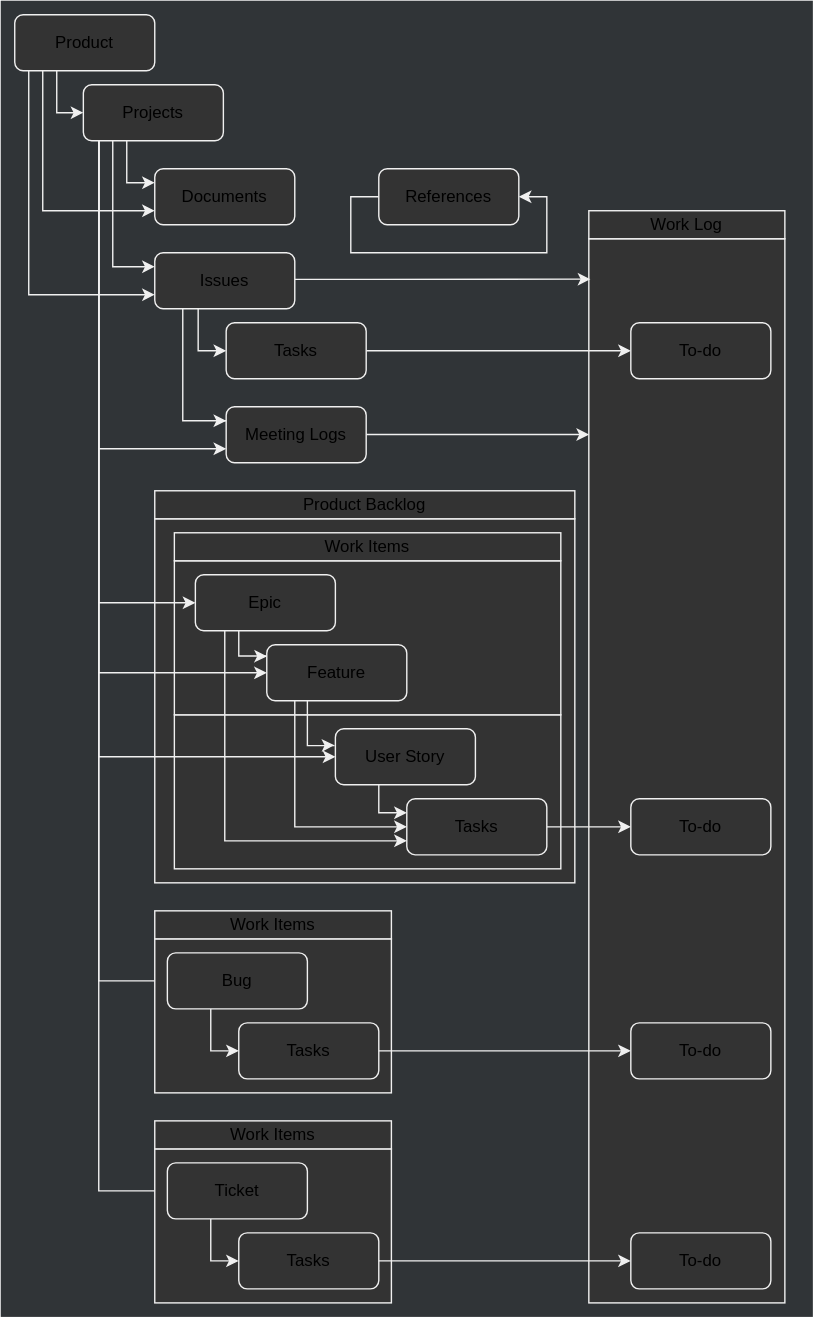
Above: assets/.draw.io/references/notion-usages.svg in jiholee-ntwglobal/jiholee-ntwglobal.github.io (draw.io), before the change. Source tidied: cells renumbered, new cells last; positions are measured from the earlier drawing's top-left corner, leaving out a move shared by most shapes.
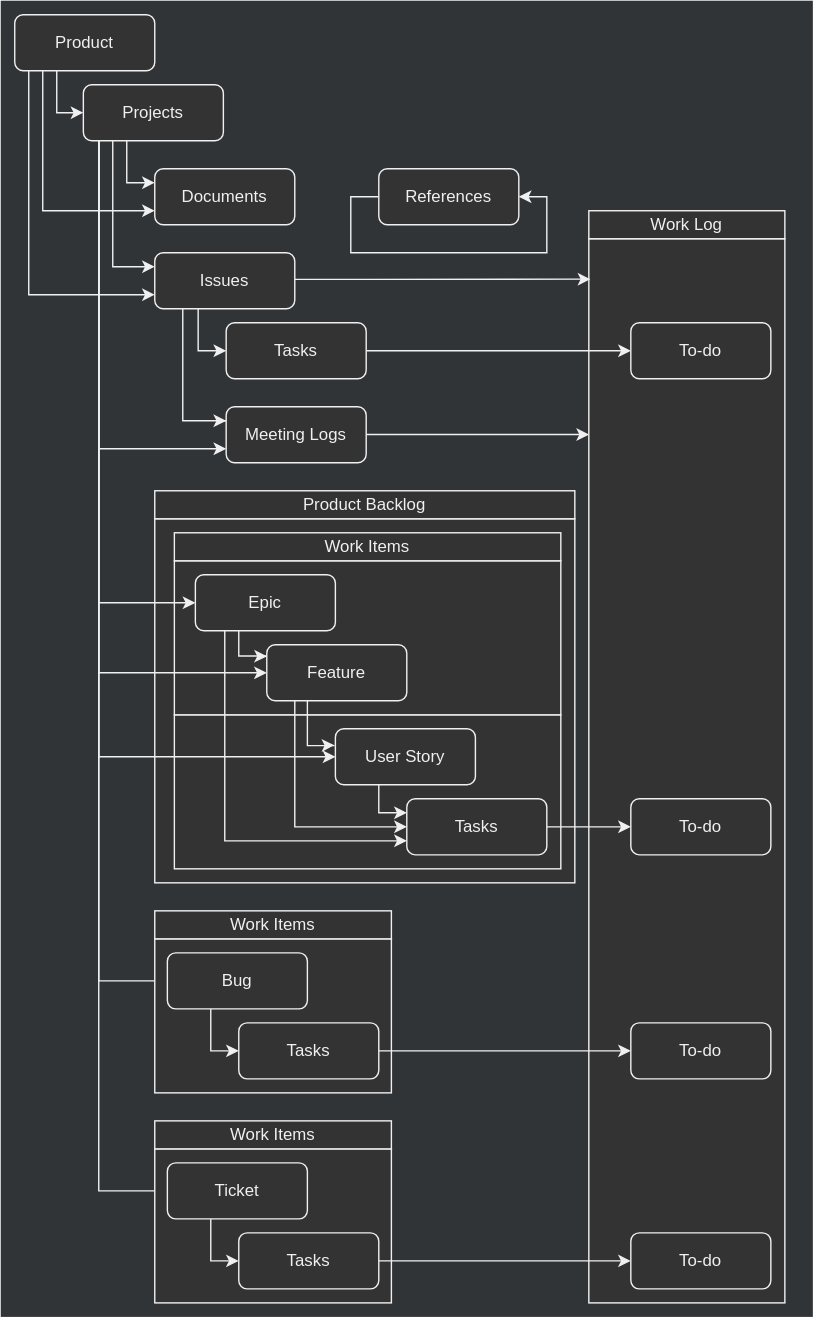
The same file after the commit.

What changed in the source:
```diff
@@ -14,10 +14,10 @@
     <mxCell id="5" style="rounded=0;whiteSpace=wrap;html=1;strokeColor=#F0F0F0;fillColor=#333333;" parent="1" vertex="1">
       <mxGeometry x="420" y="170" width="140" height="760" as="geometry" />
     </mxCell>
-    <mxCell id="6" value="Work Log" style="rounded=0;whiteSpace=wrap;html=1;strokeColor=#F0F0F0;fillColor=#333333;" parent="1" vertex="1">
+    <mxCell id="6" value="Work Log" style="rounded=0;whiteSpace=wrap;html=1;strokeColor=#F0F0F0;fillColor=#333333;fontColor=#F0F0F0;" parent="1" vertex="1">
       <mxGeometry x="420" y="150" width="140" height="20" as="geometry" />
     </mxCell>
-    <mxCell id="7" value="Product Backlog" style="rounded=0;whiteSpace=wrap;html=1;strokeColor=#F0F0F0;fillColor=#333333;" parent="1" vertex="1">
+    <mxCell id="7" value="Product Backlog" style="rounded=0;whiteSpace=wrap;html=1;strokeColor=#F0F0F0;fillColor=#333333;fontColor=#F0F0F0;" parent="1" vertex="1">
       <mxGeometry x="110" y="350" width="300" height="20" as="geometry" />
     </mxCell>
     <mxCell id="8" style="rounded=0;whiteSpace=wrap;html=1;strokeColor=#F0F0F0;fillColor=#333333;" parent="1" vertex="1">
@@ -44,7 +44,7 @@
         </Array>
       </mxGeometry>
     </mxCell>
-    <mxCell id="12" value="Product" style="rounded=1;whiteSpace=wrap;html=1;fontSize=12;glass=0;strokeWidth=1;shadow=0;strokeColor=#F0F0F0;fillColor=#333333;" parent="1" vertex="1">
+    <mxCell id="12" value="Product" style="rounded=1;whiteSpace=wrap;html=1;fontSize=12;glass=0;strokeWidth=1;shadow=0;strokeColor=#F0F0F0;fillColor=#333333;fontColor=#F0F0F0;" parent="1" vertex="1">
       <mxGeometry x="10" y="10" width="100" height="40" as="geometry" />
     </mxCell>
     <mxCell id="13" style="edgeStyle=orthogonalEdgeStyle;rounded=0;jettySize=auto;html=1;strokeColor=#F0F0F0;" parent="1" edge="1" source="21">
@@ -104,13 +104,13 @@
         </Array>
       </mxGeometry>
     </mxCell>
-    <mxCell id="21" value="Projects" style="rounded=1;whiteSpace=wrap;html=1;fontSize=12;glass=0;strokeWidth=1;shadow=0;strokeColor=#F0F0F0;fillColor=#333333;" parent="1" vertex="1">
+    <mxCell id="21" value="Projects" style="rounded=1;whiteSpace=wrap;html=1;fontSize=12;glass=0;strokeWidth=1;shadow=0;strokeColor=#F0F0F0;fillColor=#333333;fontColor=#F0F0F0;" parent="1" vertex="1">
       <mxGeometry x="59" y="60" width="100" height="40" as="geometry" />
     </mxCell>
     <mxCell id="22" style="edgeStyle=orthogonalEdgeStyle;rounded=0;jettySize=auto;html=1;entryX=0;entryY=0.5;entryDx=0;entryDy=0;strokeColor=#F0F0F0;" parent="1" edge="1" source="23" target="46">
       <mxGeometry relative="1" as="geometry" />
     </mxCell>
-    <mxCell id="23" value="Tasks" style="rounded=1;whiteSpace=wrap;html=1;fontSize=12;glass=0;strokeWidth=1;shadow=0;strokeColor=#F0F0F0;fillColor=#333333;" parent="1" vertex="1">
+    <mxCell id="23" value="Tasks" style="rounded=1;whiteSpace=wrap;html=1;fontSize=12;glass=0;strokeWidth=1;shadow=0;strokeColor=#F0F0F0;fillColor=#333333;fontColor=#F0F0F0;" parent="1" vertex="1">
       <mxGeometry x="290" y="570" width="100" height="40" as="geometry" />
     </mxCell>
     <mxCell id="24" style="edgeStyle=orthogonalEdgeStyle;rounded=0;jettySize=auto;html=1;entryX=0;entryY=0.25;entryDx=0;entryDy=0;strokeColor=#F0F0F0;" parent="1" edge="1" source="25" target="23">
@@ -120,10 +120,10 @@
         </Array>
       </mxGeometry>
     </mxCell>
-    <mxCell id="25" value="User Story" style="rounded=1;whiteSpace=wrap;html=1;fontSize=12;glass=0;strokeWidth=1;shadow=0;strokeColor=#F0F0F0;fillColor=#333333;" parent="1" vertex="1">
+    <mxCell id="25" value="User Story" style="rounded=1;whiteSpace=wrap;html=1;fontSize=12;glass=0;strokeWidth=1;shadow=0;strokeColor=#F0F0F0;fillColor=#333333;fontColor=#F0F0F0;" parent="1" vertex="1">
       <mxGeometry x="239" y="520" width="100" height="40" as="geometry" />
     </mxCell>
-    <mxCell id="26" value="Work Items" style="rounded=0;whiteSpace=wrap;html=1;strokeColor=#F0F0F0;fillColor=#333333;" parent="1" vertex="1">
+    <mxCell id="26" value="Work Items" style="rounded=0;whiteSpace=wrap;html=1;strokeColor=#F0F0F0;fillColor=#333333;fontColor=#F0F0F0;" parent="1" vertex="1">
       <mxGeometry x="124" y="380" width="276" height="20" as="geometry" />
     </mxCell>
     <mxCell id="27" style="edgeStyle=orthogonalEdgeStyle;rounded=0;jettySize=auto;html=1;entryX=0.001;entryY=0.206;entryDx=0;entryDy=0;entryPerimeter=0;strokeColor=#F0F0F0;" parent="1" edge="1" source="29" target="32">
@@ -142,7 +142,7 @@
         </Array>
       </mxGeometry>
     </mxCell>
-    <mxCell id="29" value="Epic" style="rounded=1;whiteSpace=wrap;html=1;fontSize=12;glass=0;strokeWidth=1;shadow=0;strokeColor=#F0F0F0;fillColor=#333333;" parent="1" vertex="1">
+    <mxCell id="29" value="Epic" style="rounded=1;whiteSpace=wrap;html=1;fontSize=12;glass=0;strokeWidth=1;shadow=0;strokeColor=#F0F0F0;fillColor=#333333;fontColor=#F0F0F0;" parent="1" vertex="1">
       <mxGeometry x="139" y="410" width="100" height="40" as="geometry" />
     </mxCell>
     <mxCell id="30" style="edgeStyle=orthogonalEdgeStyle;rounded=0;jettySize=auto;html=1;entryX=-0.007;entryY=0.293;entryDx=0;entryDy=0;entryPerimeter=0;strokeColor=#F0F0F0;" parent="1" edge="1" source="32" target="25">
@@ -160,19 +160,19 @@
         </Array>
       </mxGeometry>
     </mxCell>
-    <mxCell id="32" value="Feature" style="rounded=1;whiteSpace=wrap;html=1;fontSize=12;glass=0;strokeWidth=1;shadow=0;strokeColor=#F0F0F0;fillColor=#333333;" parent="1" vertex="1">
+    <mxCell id="32" value="Feature" style="rounded=1;whiteSpace=wrap;html=1;fontSize=12;glass=0;strokeWidth=1;shadow=0;strokeColor=#F0F0F0;fillColor=#333333;fontColor=#F0F0F0;" parent="1" vertex="1">
       <mxGeometry x="190" y="460" width="100" height="40" as="geometry" />
     </mxCell>
     <mxCell id="33" style="rounded=0;whiteSpace=wrap;html=1;strokeColor=#F0F0F0;fillColor=#333333;" parent="1" vertex="1">
       <mxGeometry x="110" y="670" width="169" height="110" as="geometry" />
     </mxCell>
-    <mxCell id="34" value="Work Items" style="rounded=0;whiteSpace=wrap;html=1;strokeColor=#F0F0F0;fillColor=#333333;" parent="1" vertex="1">
+    <mxCell id="34" value="Work Items" style="rounded=0;whiteSpace=wrap;html=1;strokeColor=#F0F0F0;fillColor=#333333;fontColor=#F0F0F0;" parent="1" vertex="1">
       <mxGeometry x="110" y="650" width="169" height="20" as="geometry" />
     </mxCell>
     <mxCell id="35" style="edgeStyle=orthogonalEdgeStyle;rounded=0;jettySize=auto;html=1;strokeColor=#F0F0F0;" parent="1" edge="1" source="36" target="47">
       <mxGeometry relative="1" as="geometry" />
     </mxCell>
-    <mxCell id="36" value="Tasks" style="rounded=1;whiteSpace=wrap;html=1;fontSize=12;glass=0;strokeWidth=1;shadow=0;strokeColor=#F0F0F0;fillColor=#333333;" parent="1" vertex="1">
+    <mxCell id="36" value="Tasks" style="rounded=1;whiteSpace=wrap;html=1;fontSize=12;glass=0;strokeWidth=1;shadow=0;strokeColor=#F0F0F0;fillColor=#333333;fontColor=#F0F0F0;" parent="1" vertex="1">
       <mxGeometry x="170" y="730" width="100" height="40" as="geometry" />
     </mxCell>
     <mxCell id="37" style="edgeStyle=orthogonalEdgeStyle;rounded=0;jettySize=auto;html=1;entryX=0;entryY=0.5;entryDx=0;entryDy=0;strokeColor=#F0F0F0;" parent="1" edge="1" source="38" target="36">
@@ -182,19 +182,19 @@
         </Array>
       </mxGeometry>
     </mxCell>
-    <mxCell id="38" value="Bug" style="rounded=1;whiteSpace=wrap;html=1;fontSize=12;glass=0;strokeWidth=1;shadow=0;strokeColor=#F0F0F0;fillColor=#333333;" parent="1" vertex="1">
+    <mxCell id="38" value="Bug" style="rounded=1;whiteSpace=wrap;html=1;fontSize=12;glass=0;strokeWidth=1;shadow=0;strokeColor=#F0F0F0;fillColor=#333333;fontColor=#F0F0F0;" parent="1" vertex="1">
       <mxGeometry x="119" y="680" width="100" height="40" as="geometry" />
     </mxCell>
     <mxCell id="39" style="rounded=0;whiteSpace=wrap;html=1;strokeColor=#F0F0F0;fillColor=#333333;" parent="1" vertex="1">
       <mxGeometry x="110" y="820" width="169" height="110" as="geometry" />
     </mxCell>
-    <mxCell id="40" value="Work Items" style="rounded=0;whiteSpace=wrap;html=1;strokeColor=#F0F0F0;fillColor=#333333;" parent="1" vertex="1">
+    <mxCell id="40" value="Work Items" style="rounded=0;whiteSpace=wrap;html=1;strokeColor=#F0F0F0;fillColor=#333333;fontColor=#F0F0F0;" parent="1" vertex="1">
       <mxGeometry x="110" y="800" width="169" height="20" as="geometry" />
     </mxCell>
     <mxCell id="41" style="edgeStyle=orthogonalEdgeStyle;rounded=0;jettySize=auto;html=1;strokeColor=#F0F0F0;" parent="1" edge="1" source="42" target="48">
       <mxGeometry relative="1" as="geometry" />
     </mxCell>
-    <mxCell id="42" value="Tasks" style="rounded=1;whiteSpace=wrap;html=1;fontSize=12;glass=0;strokeWidth=1;shadow=0;strokeColor=#F0F0F0;fillColor=#333333;" parent="1" vertex="1">
+    <mxCell id="42" value="Tasks" style="rounded=1;whiteSpace=wrap;html=1;fontSize=12;glass=0;strokeWidth=1;shadow=0;strokeColor=#F0F0F0;fillColor=#333333;fontColor=#F0F0F0;" parent="1" vertex="1">
       <mxGeometry x="170" y="880" width="100" height="40" as="geometry" />
     </mxCell>
     <mxCell id="43" style="edgeStyle=orthogonalEdgeStyle;rounded=0;jettySize=auto;html=1;entryX=0;entryY=0.5;entryDx=0;entryDy=0;strokeColor=#F0F0F0;" parent="1" edge="1" source="44" target="42">
@@ -204,25 +204,25 @@
         </Array>
       </mxGeometry>
     </mxCell>
-    <mxCell id="44" value="Ticket" style="rounded=1;whiteSpace=wrap;html=1;fontSize=12;glass=0;strokeWidth=1;shadow=0;strokeColor=#F0F0F0;fillColor=#333333;" parent="1" vertex="1">
+    <mxCell id="44" value="Ticket" style="rounded=1;whiteSpace=wrap;html=1;fontSize=12;glass=0;strokeWidth=1;shadow=0;strokeColor=#F0F0F0;fillColor=#333333;fontColor=#F0F0F0;" parent="1" vertex="1">
       <mxGeometry x="119" y="830" width="100" height="40" as="geometry" />
     </mxCell>
-    <mxCell id="45" value="Documents" style="rounded=1;whiteSpace=wrap;html=1;fontSize=12;glass=0;strokeWidth=1;shadow=0;strokeColor=#F0F0F0;fillColor=#333333;" parent="1" vertex="1">
+    <mxCell id="45" value="Documents" style="rounded=1;whiteSpace=wrap;html=1;fontSize=12;glass=0;strokeWidth=1;shadow=0;strokeColor=#F0F0F0;fillColor=#333333;fontColor=#F0F0F0;" parent="1" vertex="1">
       <mxGeometry x="110" y="120" width="100" height="40" as="geometry" />
     </mxCell>
-    <mxCell id="46" value="To-do" style="rounded=1;whiteSpace=wrap;html=1;fontSize=12;glass=0;strokeWidth=1;shadow=0;strokeColor=#F0F0F0;fillColor=#333333;" parent="1" vertex="1">
+    <mxCell id="46" value="To-do" style="rounded=1;whiteSpace=wrap;html=1;fontSize=12;glass=0;strokeWidth=1;shadow=0;strokeColor=#F0F0F0;fillColor=#333333;fontColor=#F0F0F0;" parent="1" vertex="1">
       <mxGeometry x="450" y="570" width="100" height="40" as="geometry" />
     </mxCell>
-    <mxCell id="47" value="To-do" style="rounded=1;whiteSpace=wrap;html=1;fontSize=12;glass=0;strokeWidth=1;shadow=0;strokeColor=#F0F0F0;fillColor=#333333;" parent="1" vertex="1">
+    <mxCell id="47" value="To-do" style="rounded=1;whiteSpace=wrap;html=1;fontSize=12;glass=0;strokeWidth=1;shadow=0;strokeColor=#F0F0F0;fillColor=#333333;fontColor=#F0F0F0;" parent="1" vertex="1">
       <mxGeometry x="450" y="730" width="100" height="40" as="geometry" />
     </mxCell>
-    <mxCell id="48" value="To-do" style="rounded=1;whiteSpace=wrap;html=1;fontSize=12;glass=0;strokeWidth=1;shadow=0;strokeColor=#F0F0F0;fillColor=#333333;" parent="1" vertex="1">
+    <mxCell id="48" value="To-do" style="rounded=1;whiteSpace=wrap;html=1;fontSize=12;glass=0;strokeWidth=1;shadow=0;strokeColor=#F0F0F0;fillColor=#333333;fontColor=#F0F0F0;" parent="1" vertex="1">
       <mxGeometry x="450" y="880" width="100" height="40" as="geometry" />
     </mxCell>
     <mxCell id="49" style="edgeStyle=orthogonalEdgeStyle;rounded=0;jettySize=auto;html=1;strokeColor=#F0F0F0;" parent="1" edge="1" source="50" target="54">
       <mxGeometry relative="1" as="geometry" />
     </mxCell>
-    <mxCell id="50" value="Tasks" style="rounded=1;whiteSpace=wrap;html=1;fontSize=12;glass=0;strokeWidth=1;shadow=0;strokeColor=#F0F0F0;fillColor=#333333;" parent="1" vertex="1">
+    <mxCell id="50" value="Tasks" style="rounded=1;whiteSpace=wrap;html=1;fontSize=12;glass=0;strokeWidth=1;shadow=0;strokeColor=#F0F0F0;fillColor=#333333;fontColor=#F0F0F0;" parent="1" vertex="1">
       <mxGeometry x="161" y="230" width="100" height="40" as="geometry" />
     </mxCell>
     <mxCell id="51" style="edgeStyle=orthogonalEdgeStyle;rounded=0;jettySize=auto;html=1;entryX=0;entryY=0.5;entryDx=0;entryDy=0;strokeColor=#F0F0F0;" parent="1" edge="1" source="53" target="50">
@@ -240,13 +240,13 @@
         </Array>
       </mxGeometry>
     </mxCell>
-    <mxCell id="53" value="Issues" style="rounded=1;whiteSpace=wrap;html=1;fontSize=12;glass=0;strokeWidth=1;shadow=0;strokeColor=#F0F0F0;fillColor=#333333;" parent="1" vertex="1">
+    <mxCell id="53" value="Issues" style="rounded=1;whiteSpace=wrap;html=1;fontSize=12;glass=0;strokeWidth=1;shadow=0;strokeColor=#F0F0F0;fillColor=#333333;fontColor=#F0F0F0;" parent="1" vertex="1">
       <mxGeometry x="110" y="180" width="100" height="40" as="geometry" />
     </mxCell>
-    <mxCell id="54" value="To-do" style="rounded=1;whiteSpace=wrap;html=1;fontSize=12;glass=0;strokeWidth=1;shadow=0;strokeColor=#F0F0F0;fillColor=#333333;" parent="1" vertex="1">
+    <mxCell id="54" value="To-do" style="rounded=1;whiteSpace=wrap;html=1;fontSize=12;glass=0;strokeWidth=1;shadow=0;strokeColor=#F0F0F0;fillColor=#333333;fontColor=#F0F0F0;" parent="1" vertex="1">
       <mxGeometry x="450" y="230" width="100" height="40" as="geometry" />
     </mxCell>
-    <mxCell id="55" value="References" style="rounded=1;whiteSpace=wrap;html=1;fontSize=12;glass=0;strokeWidth=1;shadow=0;strokeColor=#F0F0F0;fillColor=#333333;" parent="1" vertex="1">
+    <mxCell id="55" value="References" style="rounded=1;whiteSpace=wrap;html=1;fontSize=12;glass=0;strokeWidth=1;shadow=0;strokeColor=#F0F0F0;fillColor=#333333;fontColor=#F0F0F0;" parent="1" vertex="1">
       <mxGeometry x="270" y="120" width="100" height="40" as="geometry" />
     </mxCell>
     <mxCell id="56" style="edgeStyle=orthogonalEdgeStyle;rounded=0;jettySize=auto;html=1;entryX=0.001;entryY=0.184;entryDx=0;entryDy=0;entryPerimeter=0;strokeColor=#F0F0F0;" parent="1" edge="1" source="57" target="5">
@@ -256,7 +256,7 @@
         </Array>
       </mxGeometry>
     </mxCell>
-    <mxCell id="57" value="Meeting Logs" style="rounded=1;whiteSpace=wrap;html=1;fontSize=12;glass=0;strokeWidth=1;shadow=0;strokeColor=#F0F0F0;fillColor=#333333;" parent="1" vertex="1">
+    <mxCell id="57" value="Meeting Logs" style="rounded=1;whiteSpace=wrap;html=1;fontSize=12;glass=0;strokeWidth=1;shadow=0;strokeColor=#F0F0F0;fillColor=#333333;fontColor=#F0F0F0;" parent="1" vertex="1">
       <mxGeometry x="161" y="290" width="100" height="40" as="geometry" />
     </mxCell>
     <mxCell id="58" style="edgeStyle=orthogonalEdgeStyle;rounded=0;jettySize=auto;html=1;strokeColor=#F0F0F0;" parent="1" edge="1" source="53">
```
